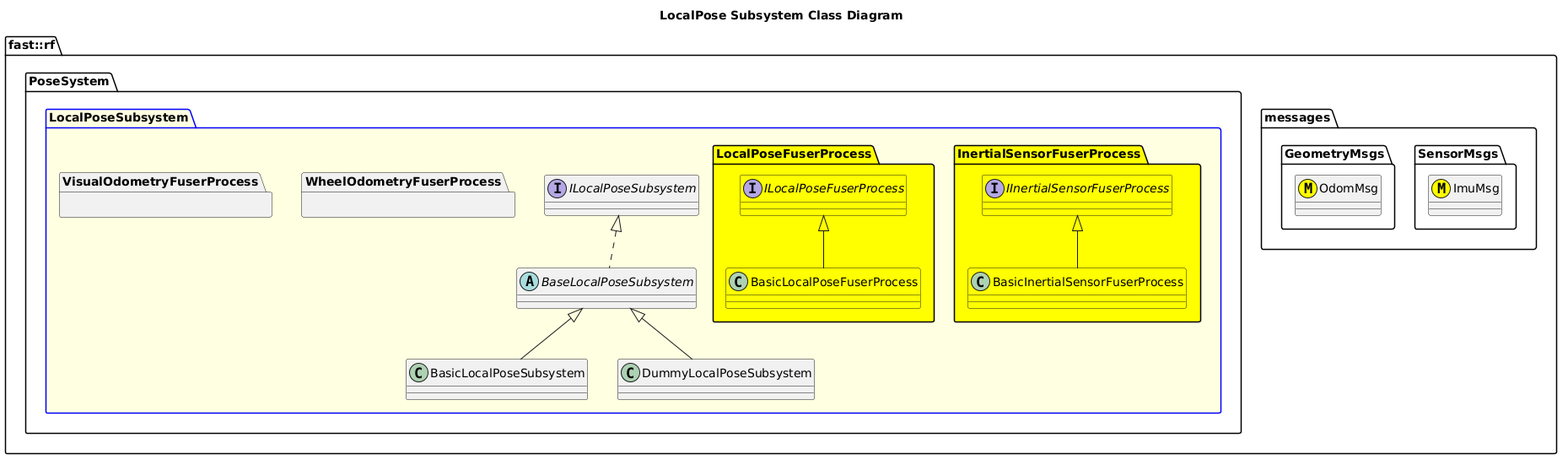
Before: Systems/Pose/Subsystems/LocalPose/doc/puml/LocalPoseSubsystemClassDiagram.png, a diagram exported from PlantUML (fastrobotics/robot_framework).
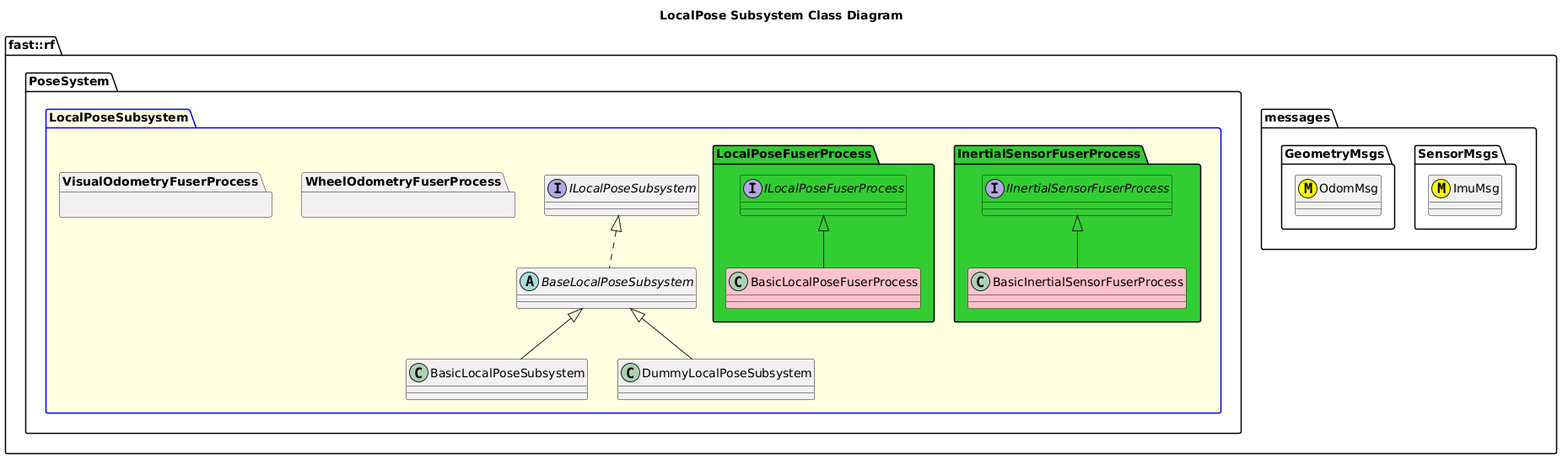
After the change.

Commit message:
Working on Local Pose Fuser.

Diff of the diagram source:
```diff
@@ -24,9 +24,9 @@
       class DummyLocalPoseSubsystem {
       }
       DummyLocalPoseSubsystem -up-|> BaseLocalPoseSubsystem
-      namespace InertialSensorFuserProcess #Yellow {
-        interface IInertialSensorFuserProcess #Yellow {}
-        class BasicInertialSensorFuserProcess #Yellow {}
+      namespace InertialSensorFuserProcess #LimeGreen {
+        interface IInertialSensorFuserProcess #LimeGreen {}
+        class BasicInertialSensorFuserProcess #Pink {}
         BasicInertialSensorFuserProcess -up-|> IInertialSensorFuserProcess
 
       }
@@ -36,9 +36,9 @@
       namespace VisualOdometryFuserProcess {
 
       }
-      namespace LocalPoseFuserProcess #Yellow {
-        interface ILocalPoseFuserProcess #Yellow {}
-        class BasicLocalPoseFuserProcess #Yellow {}
+      namespace LocalPoseFuserProcess #LimeGreen {
+        interface ILocalPoseFuserProcess #LimeGreen {}
+        class BasicLocalPoseFuserProcess #Pink {}
         BasicLocalPoseFuserProcess -up-|> ILocalPoseFuserProcess
       }
 
```
